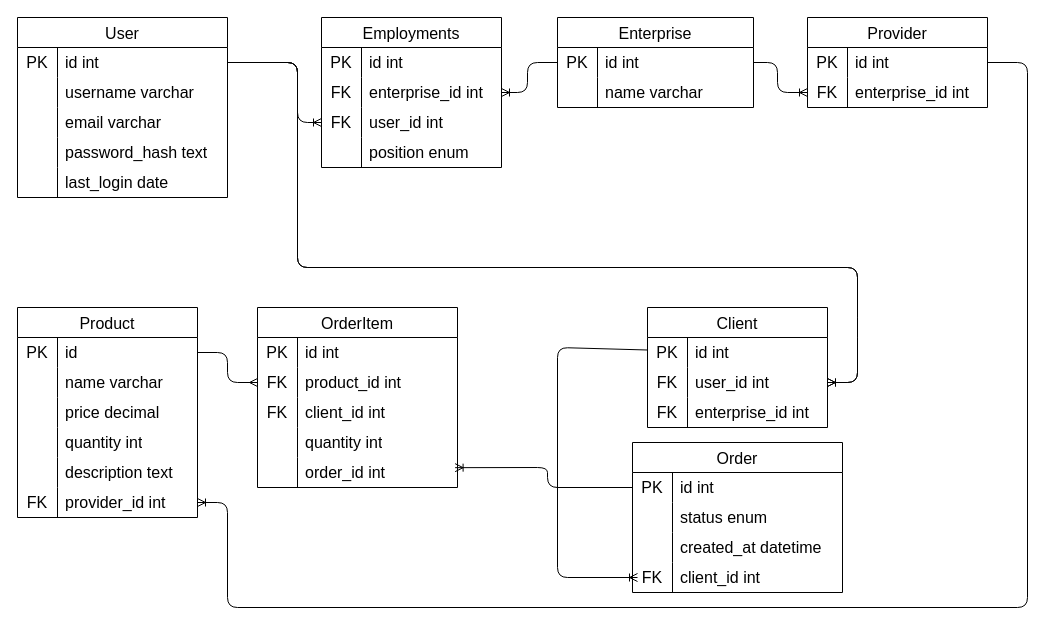
The draw.io diagram page "Página-2" (2 of 2) of docs/models.drawio in Jose-GuilhermeG/stock_manager, before the edit. Source tidied: cells renumbered, new cells numbered last; positions are measured from the earlier drawing's top-left corner, leaving out a move shared by most shapes. Both pictures are drawn from the tidied source at 100%, with x=0, y=0 at pixel (17, 17).
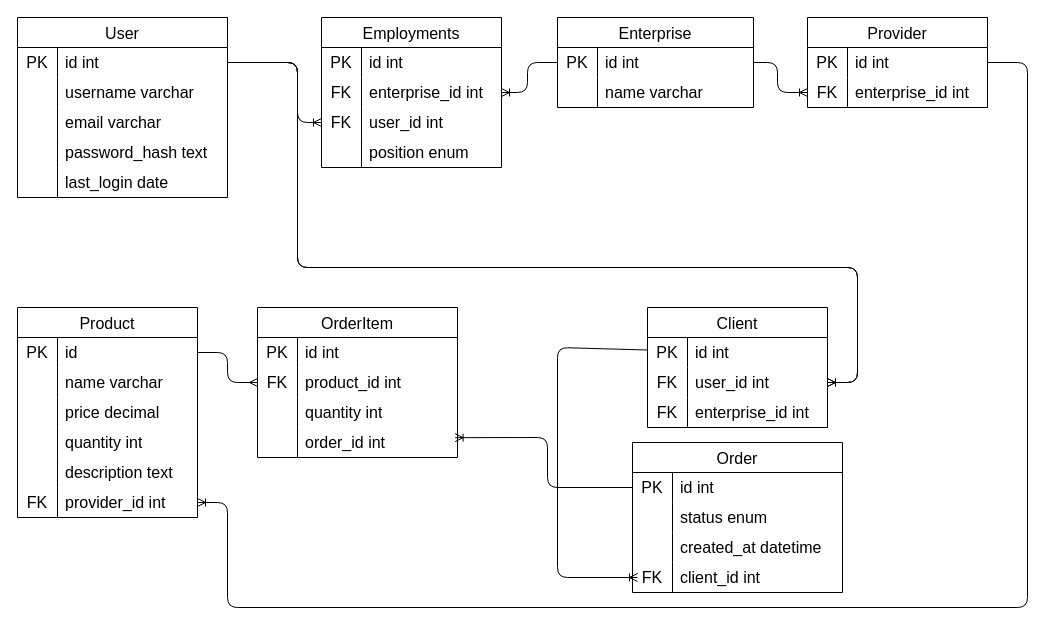
The same page after the edit.

Unchanged cells that the change refers to:
```xml
<mxCell id="98" style="shape=tableRow;horizontal=0;startSize=0;swimlaneHead=0;swimlaneBody=0;top=0;left=0;bottom=0;right=0;fillColor=none;points=[[0,0.5],[1,0.5]];portConstraint=eastwest;strokeColor=inherit;fontSize=16;" parent="97" vertex="1">
  <mxGeometry y="30" width="210" height="30" as="geometry" />
</mxCell>
```

The edit, as a diff of the source:
```diff
@@
     <mxCell id="21" value="OrderItem" style="shape=table;startSize=30;childLayout=tableLayout;rowLines=0;fontStyle=0;strokeColor=default;fontSize=16;" parent="1" vertex="1">
-      <mxGeometry x="240" y="290" width="200" height="180" as="geometry" />
+      <mxGeometry x="240" y="290" width="200" height="150" as="geometry" />
     </mxCell>
@@
-    <mxCell id="28" style="shape=tableRow;horizontal=0;startSize=0;swimlaneHead=0;swimlaneBody=0;top=0;left=0;bottom=0;right=0;fillColor=none;strokeColor=inherit;fontSize=16;" parent="21" vertex="1">
-      <mxGeometry y="90" width="200" height="30" as="geometry" />
-    </mxCell>
-    <mxCell id="29" value="FK" style="shape=partialRectangle;html=1;whiteSpace=wrap;fillColor=none;top=0;left=0;bottom=0;right=0;overflow=hidden;strokeColor=inherit;fontSize=16;" parent="28" vertex="1">
-      <mxGeometry width="40" height="30" as="geometry" />
-    </mxCell>
-    <mxCell id="30" value="client_id int" style="shape=partialRectangle;html=1;whiteSpace=wrap;fillColor=none;top=0;left=0;bottom=0;right=0;align=left;spacingLeft=6;overflow=hidden;strokeColor=inherit;fontSize=16;" parent="28" vertex="1">
-      <mxGeometry x="40" width="160" height="30" as="geometry" />
-    </mxCell>
     <mxCell id="31" style="shape=tableRow;horizontal=0;startSize=0;swimlaneHead=0;swimlaneBody=0;top=0;left=0;bottom=0;right=0;fillColor=none;strokeColor=inherit;fontSize=16;" parent="21" vertex="1">
-      <mxGeometry y="120" width="200" height="30" as="geometry" />
+      <mxGeometry y="90" width="200" height="30" as="geometry" />
     </mxCell>
@@
     <mxCell id="34" style="shape=tableRow;horizontal=0;startSize=0;swimlaneHead=0;swimlaneBody=0;top=0;left=0;bottom=0;right=0;fillColor=none;points=[[0,0.5],[1,0.5]];portConstraint=eastwest;strokeColor=inherit;fontSize=16;" parent="21" vertex="1">
-      <mxGeometry y="150" width="200" height="30" as="geometry" />
+      <mxGeometry y="120" width="200" height="30" as="geometry" />
     </mxCell>
@@
     <mxCell id="110" style="edgeStyle=none;html=1;entryX=0.988;entryY=0.339;entryDx=0;entryDy=0;entryPerimeter=0;exitX=0;exitY=0.5;exitDx=0;exitDy=0;endArrow=ERoneToMany;endFill=0;" parent="1" edge="1" source="98" target="34">
       <mxGeometry relative="1" as="geometry">
         <Array as="points">
           <mxPoint x="530" y="470" />
-          <mxPoint x="530" y="450" />
+          <mxPoint x="530" y="420" />
         </Array>
       </mxGeometry>
     </mxCell>
```
